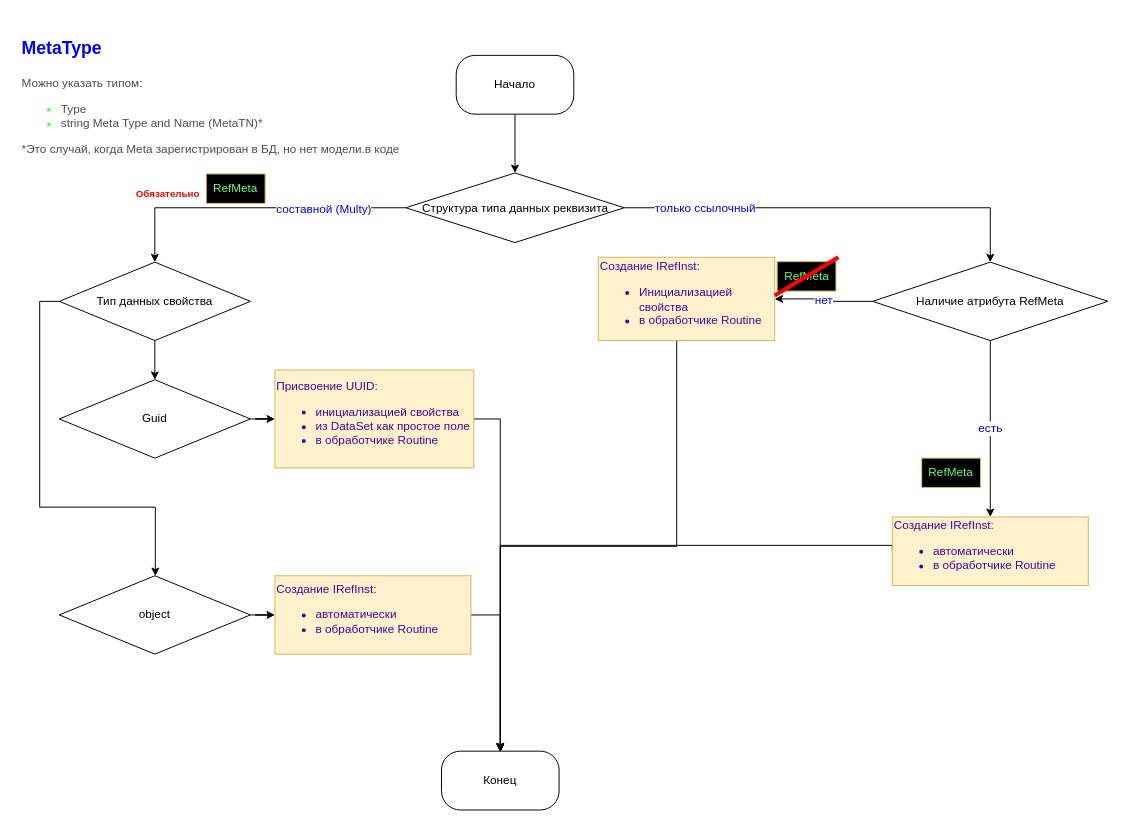
The draw.io diagram page "Атрибуты ссылочных типов" (1 of 2) of Ссылочные типы 1С v3.drawio in tkadm/-, before the edit. Source tidied: cells renumbered, new cells numbered last; positions are measured from the earlier drawing's top-left corner, leaving out a move shared by most shapes. Both pictures are drawn from the tidied source at 98%, with x=0, y=0 at pixel (17, 26).
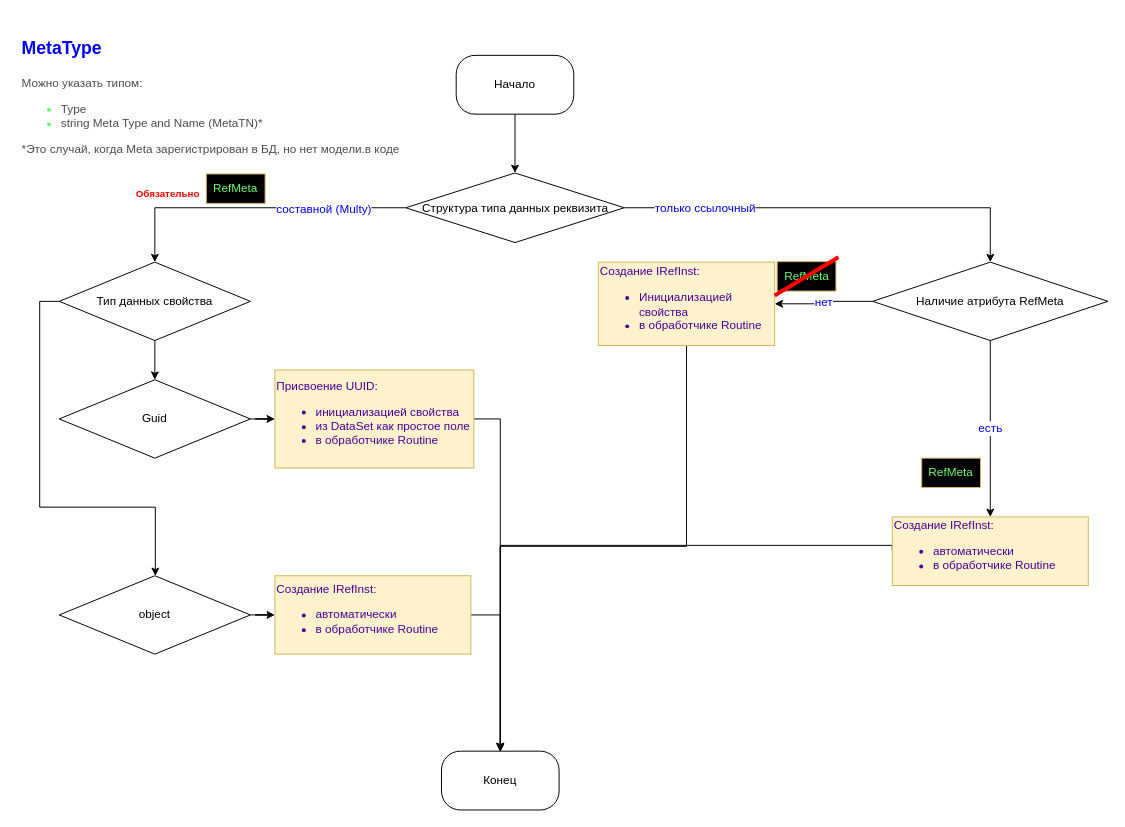
After the change.

The change refers to these unchanged cells:
```xml
<mxCell id="4" value="Конец" style="rounded=1;whiteSpace=wrap;html=1;arcSize=32;" parent="1" vertex="1">
  <mxGeometry x="433" y="739" width="120" height="60" as="geometry" />
</mxCell>
```

Change to the diagram source:
```diff
@@
-    <mxCell id="26" style="edgeStyle=orthogonalEdgeStyle;rounded=0;jettySize=auto;html=1;exitX=0.5;exitY=1;exitDx=0;exitDy=0;" parent="1" edge="1" source="27">
-      <mxGeometry relative="1" as="geometry">
-        <mxPoint x="493" y="740" as="targetPoint" />
-        <Array as="points">
-          <mxPoint x="673" y="530" />
-          <mxPoint x="493" y="530" />
-        </Array>
-      </mxGeometry>
-    </mxCell>
+    <mxCell id="34" style="edgeStyle=orthogonalEdgeStyle;rounded=0;jettySize=auto;html=1;exitX=0.5;exitY=1;exitDx=0;exitDy=0;entryX=0.5;entryY=0;entryDx=0;entryDy=0;" parent="1" edge="1" source="27" target="4">
+      <mxGeometry relative="1" as="geometry">
+        <Array as="points">
+          <mxPoint x="683" y="530" />
+          <mxPoint x="493" y="530" />
+        </Array>
+      </mxGeometry>
+    </mxCell>
     <mxCell id="27" value="Создание IRefInst:&lt;br&gt;&lt;ul&gt;&lt;li&gt;Инициализацией свойства&lt;/li&gt;&lt;li&gt;в обработчике Routine&lt;/li&gt;&lt;/ul&gt;" style="whiteSpace=wrap;html=1;fillColor=#fff2cc;rounded=0;strokeColor=#d6b656;fontColor=#4C0099;align=left;" parent="1" vertex="1">
-      <mxGeometry x="593" y="235" width="180" height="85" as="geometry" />
+      <mxGeometry x="593" y="240" width="180" height="85" as="geometry" />
     </mxCell>
```
